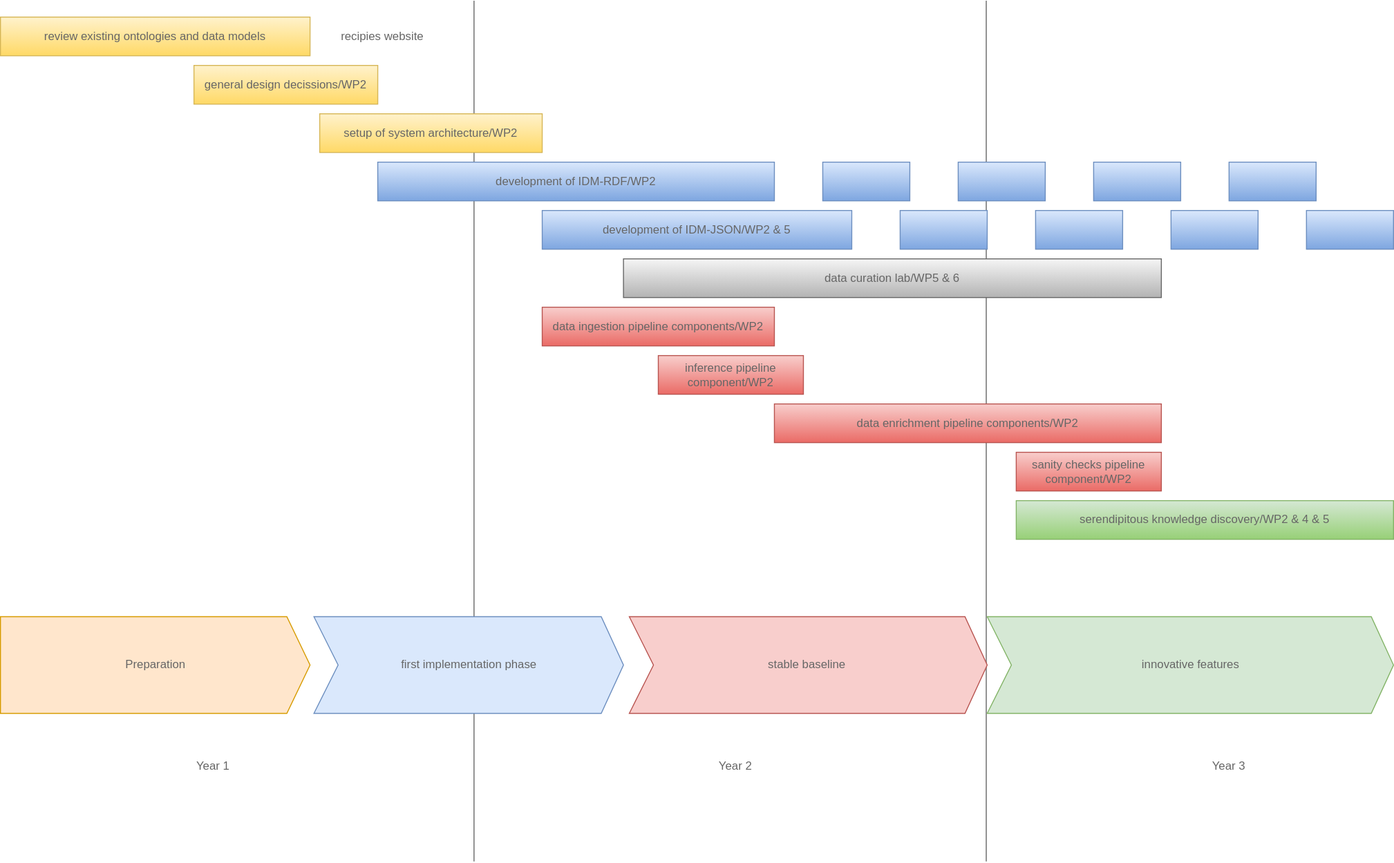
The draw.io diagram images/wp3_timeline.drawio.svg in sennierer/intavia-review-meeting-2022, before a commit. Source tidied: cells renumbered, new cells last; positions are measured from the earlier drawing's top-left corner, leaving out a move shared by most shapes.
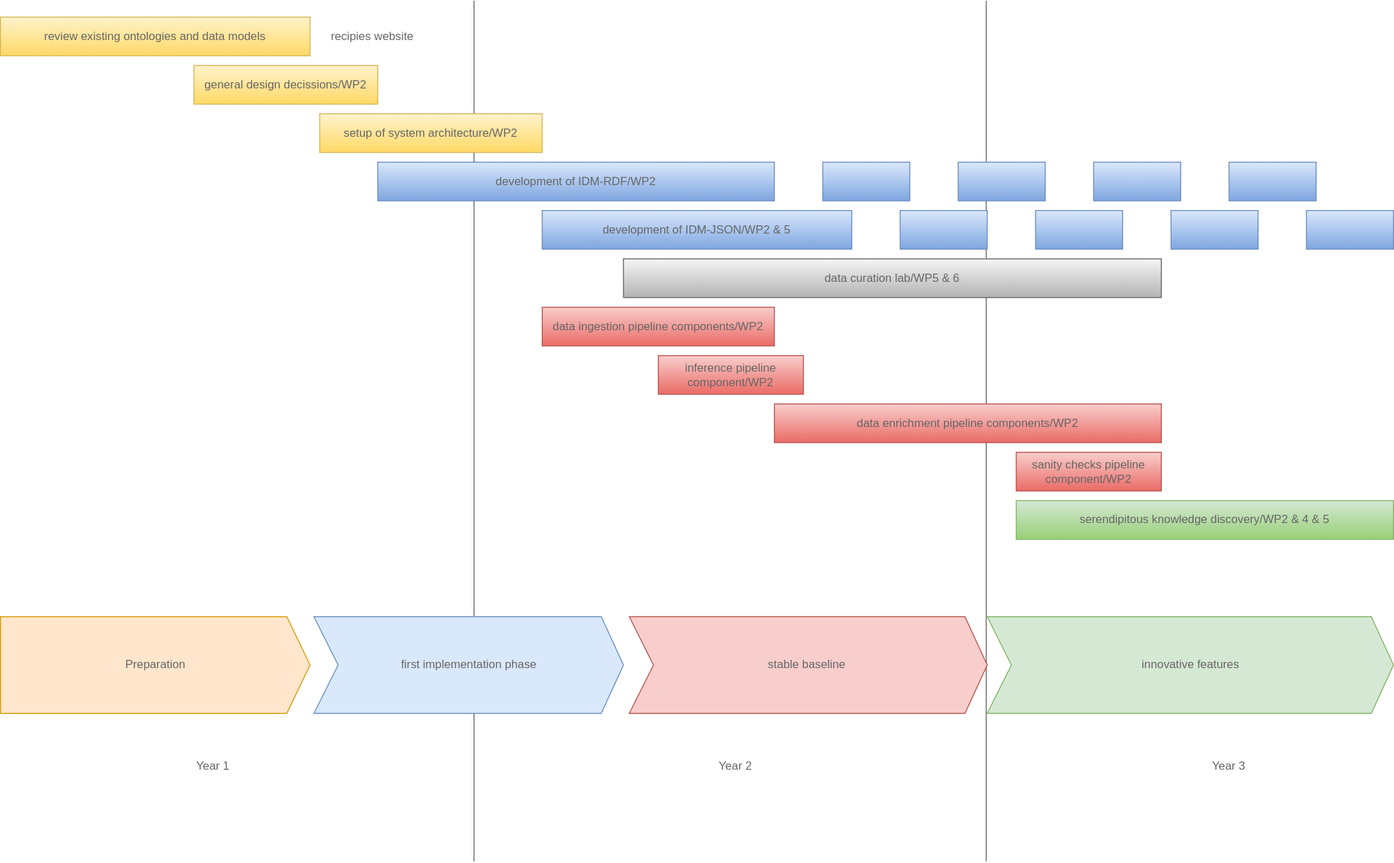
The same diagram one commit later.

The edit, as a diff of the source:
```diff
@@ -38,7 +38,7 @@
     <mxCell id="11" value="development of IDM-JSON/WP2 &amp;amp; 5" style="rounded=0;whiteSpace=wrap;html=1;fillColor=#dae8fc;gradientColor=#7ea6e0;strokeColor=#6c8ebf;fontColor=#666666;" parent="1" vertex="1">
       <mxGeometry x="560" y="217" width="320" height="40" as="geometry" />
     </mxCell>
-    <mxCell id="12" value="recipies website" style="text;html=1;strokeColor=none;fillColor=none;align=center;verticalAlign=middle;whiteSpace=wrap;rounded=0;fontColor=#666666;" parent="1" vertex="1">
+    <mxCell id="12" value="recipies website" style="text;html=1;strokeColor=none;fillColor=none;align=left;verticalAlign=middle;whiteSpace=wrap;rounded=0;fontColor=#666666;" parent="1" vertex="1">
       <mxGeometry x="340" y="22" width="110" height="30" as="geometry" />
     </mxCell>
     <mxCell id="13" value="setup of system architecture/WP2" style="rounded=0;whiteSpace=wrap;html=1;fillColor=#fff2cc;gradientColor=#ffd966;strokeColor=#d6b656;fontColor=#666666;" parent="1" vertex="1">
```
